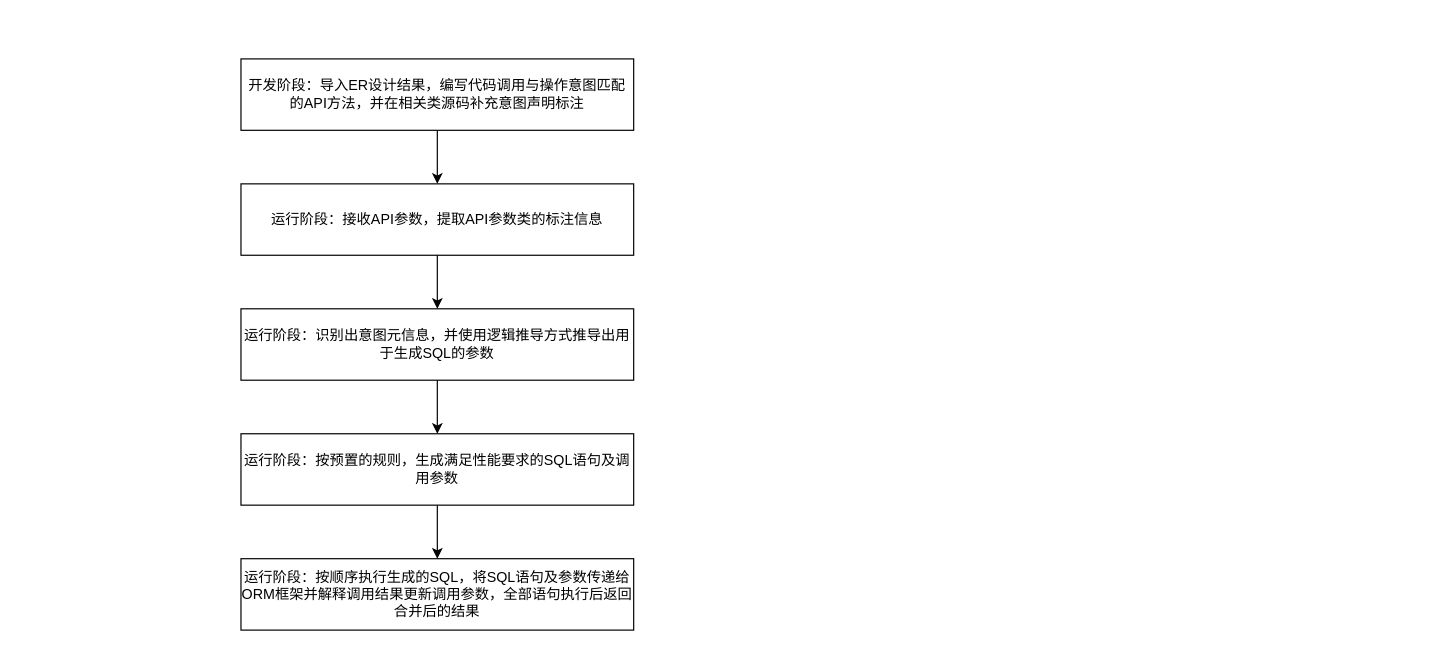
Earlier version of the draw.io diagram page "整体流程" (2 of 2) of SQL生成.drawio (tenyks/activiti-demo). Source tidied: cells renumbered, new cells numbered last; positions are measured from the earlier drawing's top-left corner, leaving out a move shared by most shapes. Both pictures are drawn from the tidied source at 119%, with x=0, y=0 at pixel (240, 58).
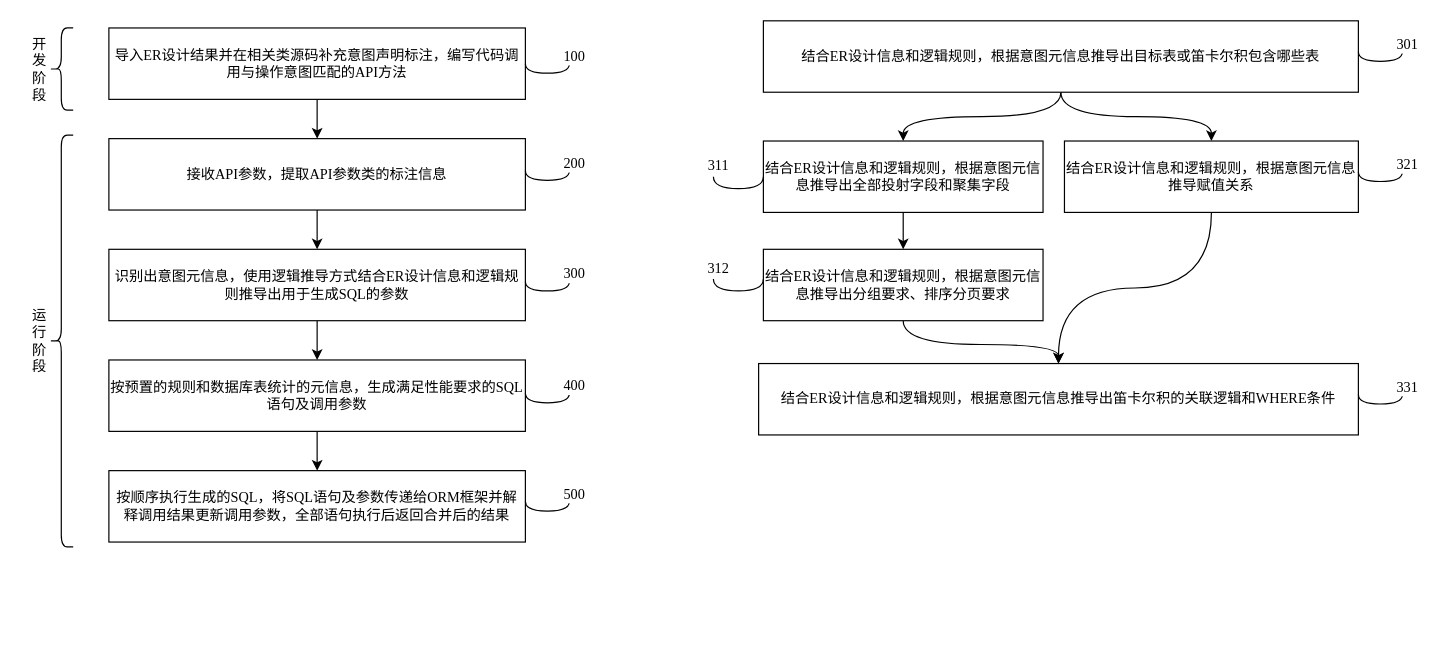
Above is the later version.

Diff of the diagram source:
```diff
@@
-    <mxCell id="2" style="edgeStyle=orthogonalEdgeStyle;rounded=0;jettySize=auto;html=1;exitX=0.5;exitY=1;exitDx=0;exitDy=0;entryX=0.5;entryY=0;entryDx=0;entryDy=0;" parent="1" edge="1" source="3" target="7">
+    <mxCell id="2" style="edgeStyle=orthogonalEdgeStyle;rounded=0;jettySize=auto;html=1;exitX=0.5;exitY=1;exitDx=0;exitDy=0;entryX=0.5;entryY=0;entryDx=0;entryDy=0;fontFamily=Times New Roman;fontSize=12;" parent="1" edge="1" source="3" target="7">
       <mxGeometry relative="1" as="geometry" />
     </mxCell>
-    <mxCell id="3" value="运行阶段：接收API参数，提取API参数类的标注信息" style="rounded=0;whiteSpace=wrap;html=1;" parent="1" vertex="1">
-      <mxGeometry y="105" width="330" height="60" as="geometry" />
+    <mxCell id="3" value="接收API参数，提取API参数类的标注信息" style="rounded=0;whiteSpace=wrap;html=1;fontFamily=Times New Roman;fontSize=12;" parent="1" vertex="1">
+      <mxGeometry x="-111" y="67" width="350" height="60" as="geometry" />
     </mxCell>
-    <mxCell id="4" style="edgeStyle=orthogonalEdgeStyle;rounded=0;jettySize=auto;html=1;" parent="1" edge="1" source="5" target="3">
+    <mxCell id="4" style="edgeStyle=orthogonalEdgeStyle;rounded=0;jettySize=auto;html=1;fontFamily=Times New Roman;fontSize=12;" parent="1" edge="1" source="5" target="3">
       <mxGeometry relative="1" as="geometry" />
     </mxCell>
-    <mxCell id="5" value="开发阶段：导入ER设计结果，编写代码调用与操作意图匹配的API方法，并在相关类源码补充意图声明标注" style="rounded=0;whiteSpace=wrap;html=1;" parent="1" vertex="1">
-      <mxGeometry width="330" height="60" as="geometry" />
+    <mxCell id="5" value="导入ER设计结果并在相关类源码补充意图声明标注，编写代码调用与操作意图匹配的API方法" style="rounded=0;whiteSpace=wrap;html=1;fontFamily=Times New Roman;fontSize=12;" parent="1" vertex="1">
+      <mxGeometry x="-111" y="-26" width="350" height="60" as="geometry" />
     </mxCell>
-    <mxCell id="6" style="edgeStyle=orthogonalEdgeStyle;rounded=0;jettySize=auto;html=1;" parent="1" edge="1" source="7" target="9">
+    <mxCell id="6" style="edgeStyle=orthogonalEdgeStyle;rounded=0;jettySize=auto;html=1;fontFamily=Times New Roman;fontSize=12;" parent="1" edge="1" source="7" target="9">
       <mxGeometry relative="1" as="geometry" />
     </mxCell>
-    <mxCell id="7" value="运行阶段：识别出意图元信息，并使用逻辑推导方式推导出用于生成SQL的参数" style="rounded=0;whiteSpace=wrap;html=1;" parent="1" vertex="1">
-      <mxGeometry y="210" width="330" height="60" as="geometry" />
+    <mxCell id="7" value="识别出意图元信息，使用逻辑推导方式结合ER设计信息和逻辑规则推导出用于生成SQL的参数" style="rounded=0;whiteSpace=wrap;html=1;fontFamily=Times New Roman;fontSize=12;" parent="1" vertex="1">
+      <mxGeometry x="-111" y="160" width="350" height="60" as="geometry" />
     </mxCell>
-    <mxCell id="8" style="edgeStyle=orthogonalEdgeStyle;rounded=0;jettySize=auto;html=1;" parent="1" edge="1" source="9" target="10">
+    <mxCell id="8" style="edgeStyle=orthogonalEdgeStyle;rounded=0;jettySize=auto;html=1;fontFamily=Times New Roman;fontSize=12;" parent="1" edge="1" source="9" target="10">
       <mxGeometry relative="1" as="geometry" />
     </mxCell>
-    <mxCell id="9" value="运行阶段：按预置的规则，生成满足性能要求的SQL语句及调用参数" style="rounded=0;whiteSpace=wrap;html=1;" parent="1" vertex="1">
-      <mxGeometry y="315" width="330" height="60" as="geometry" />
+    <mxCell id="9" value="按预置的规则和数据库表统计的元信息，生成满足性能要求的SQL语句及调用参数" style="rounded=0;whiteSpace=wrap;html=1;fontFamily=Times New Roman;fontSize=12;" parent="1" vertex="1">
+      <mxGeometry x="-111" y="253" width="350" height="60" as="geometry" />
     </mxCell>
-    <mxCell id="10" value="运行阶段：按顺序执行生成的SQL，将SQL语句及参数传递给ORM框架并解释调用结果更新调用参数，全部语句执行后返回合并后的结果" style="rounded=0;whiteSpace=wrap;html=1;" parent="1" vertex="1">
-      <mxGeometry y="420" width="330" height="60" as="geometry" />
+    <mxCell id="10" value="按顺序执行生成的SQL，将SQL语句及参数传递给ORM框架并解释调用结果更新调用参数，全部语句执行后返回合并后的结果" style="rounded=0;whiteSpace=wrap;html=1;fontFamily=Times New Roman;fontSize=12;" parent="1" vertex="1">
+      <mxGeometry x="-111" y="346" width="350" height="60" as="geometry" />
     </mxCell>
+    <mxCell id="11" value="&lt;span style=&quot;text-align: center; font-size: 12px;&quot;&gt;开发阶段&lt;/span&gt;" style="shape=curlyBracket;whiteSpace=wrap;html=1;rounded=1;labelPosition=left;verticalLabelPosition=middle;align=right;verticalAlign=middle;fontFamily=Times New Roman;fontSize=12;" parent="1" vertex="1">
+      <mxGeometry x="-161" y="-26" width="20" height="69" as="geometry" />
+    </mxCell>
+    <mxCell id="12" value="运行阶段" style="shape=curlyBracket;whiteSpace=wrap;html=1;rounded=1;labelPosition=left;verticalLabelPosition=middle;align=right;verticalAlign=middle;fontFamily=Times New Roman;fontSize=12;" parent="1" vertex="1">
+      <mxGeometry x="-161" y="64" width="20" height="346" as="geometry" />
+    </mxCell>
+    <mxCell id="13" style="endArrow=none;html=1;rounded=0;exitX=1;exitY=0.5;exitDx=0;exitDy=0;edgeStyle=orthogonalEdgeStyle;curved=1;fontFamily=Times New Roman;fontSize=12;" parent="1" edge="1" source="5">
+      <mxGeometry relative="1" as="geometry">
+        <mxPoint x="276" y="4" as="targetPoint" />
+        <Array as="points">
+          <mxPoint x="239" y="12" />
+          <mxPoint x="276" y="12" />
+        </Array>
+      </mxGeometry>
+    </mxCell>
+    <mxCell id="14" value="100" style="edgeLabel;html=1;align=center;verticalAlign=middle;fontFamily=Times New Roman;fontSize=12;" parent="13" vertex="1">
+      <mxGeometry x="0.26" relative="1" as="geometry">
+        <mxPoint x="15" y="-15" as="offset" />
+      </mxGeometry>
+    </mxCell>
+    <mxCell id="15" style="endArrow=none;html=1;rounded=0;exitX=1;exitY=0.5;exitDx=0;exitDy=0;edgeStyle=orthogonalEdgeStyle;curved=1;fontFamily=Times New Roman;fontSize=12;" parent="1" edge="1">
+      <mxGeometry relative="1" as="geometry">
+        <mxPoint x="239" y="94" as="sourcePoint" />
+        <mxPoint x="276" y="94" as="targetPoint" />
+        <Array as="points">
+          <mxPoint x="239" y="102" />
+          <mxPoint x="276" y="102" />
+        </Array>
+      </mxGeometry>
+    </mxCell>
+    <mxCell id="16" value="200" style="edgeLabel;html=1;align=center;verticalAlign=middle;fontFamily=Times New Roman;fontSize=12;" parent="15" vertex="1">
+      <mxGeometry x="0.26" relative="1" as="geometry">
+        <mxPoint x="15" y="-15" as="offset" />
+      </mxGeometry>
+    </mxCell>
+    <mxCell id="17" style="endArrow=none;html=1;rounded=0;exitX=1;exitY=0.5;exitDx=0;exitDy=0;edgeStyle=orthogonalEdgeStyle;curved=1;fontFamily=Times New Roman;fontSize=12;" parent="1" edge="1">
+      <mxGeometry relative="1" as="geometry">
+        <mxPoint x="239" y="187" as="sourcePoint" />
+        <mxPoint x="276" y="187" as="targetPoint" />
+        <Array as="points">
+          <mxPoint x="239" y="195" />
+          <mxPoint x="276" y="195" />
+        </Array>
+      </mxGeometry>
+    </mxCell>
+    <mxCell id="18" value="300" style="edgeLabel;html=1;align=center;verticalAlign=middle;fontFamily=Times New Roman;fontSize=12;" parent="17" vertex="1">
+      <mxGeometry x="0.26" relative="1" as="geometry">
+        <mxPoint x="15" y="-15" as="offset" />
+      </mxGeometry>
+    </mxCell>
+    <mxCell id="19" style="endArrow=none;html=1;rounded=0;exitX=1;exitY=0.5;exitDx=0;exitDy=0;edgeStyle=orthogonalEdgeStyle;curved=1;fontFamily=Times New Roman;fontSize=12;" parent="1" edge="1">
+      <mxGeometry relative="1" as="geometry">
+        <mxPoint x="239" y="281" as="sourcePoint" />
+        <mxPoint x="276" y="281" as="targetPoint" />
+        <Array as="points">
+          <mxPoint x="239" y="289" />
+          <mxPoint x="276" y="289" />
+        </Array>
+      </mxGeometry>
+    </mxCell>
+    <mxCell id="20" value="400" style="edgeLabel;html=1;align=center;verticalAlign=middle;fontFamily=Times New Roman;fontSize=12;" parent="19" vertex="1">
+      <mxGeometry x="0.26" relative="1" as="geometry">
+        <mxPoint x="15" y="-15" as="offset" />
+      </mxGeometry>
+    </mxCell>
+    <mxCell id="21" style="endArrow=none;html=1;rounded=0;exitX=1;exitY=0.5;exitDx=0;exitDy=0;edgeStyle=orthogonalEdgeStyle;curved=1;fontFamily=Times New Roman;fontSize=12;" parent="1" edge="1">
+      <mxGeometry relative="1" as="geometry">
+        <mxPoint x="239" y="372" as="sourcePoint" />
+        <mxPoint x="276" y="372" as="targetPoint" />
+        <Array as="points">
+          <mxPoint x="239" y="380" />
+          <mxPoint x="276" y="380" />
+        </Array>
+      </mxGeometry>
+    </mxCell>
+    <mxCell id="22" value="500" style="edgeLabel;html=1;align=center;verticalAlign=middle;fontFamily=Times New Roman;fontSize=12;" parent="21" vertex="1">
+      <mxGeometry x="0.26" relative="1" as="geometry">
+        <mxPoint x="15" y="-15" as="offset" />
+      </mxGeometry>
+    </mxCell>
+    <mxCell id="23" style="edgeStyle=orthogonalEdgeStyle;curved=1;rounded=0;jettySize=auto;html=1;fontFamily=Times New Roman;fontSize=12;" parent="1" edge="1" source="24" target="31">
+      <mxGeometry relative="1" as="geometry" />
+    </mxCell>
+    <mxCell id="24" value="结合ER设计信息和逻辑规则，根据意图元信息推导出全部投射字段和聚集字段" style="rounded=0;whiteSpace=wrap;html=1;fontFamily=Times New Roman;fontSize=12;" parent="1" vertex="1">
+      <mxGeometry x="439" y="69" width="235" height="60" as="geometry" />
+    </mxCell>
+    <mxCell id="25" style="edgeStyle=orthogonalEdgeStyle;curved=1;rounded=0;jettySize=auto;html=1;entryX=0.5;entryY=0;entryDx=0;entryDy=0;fontFamily=Times New Roman;fontSize=12;" parent="1" edge="1" source="27" target="24">
+      <mxGeometry relative="1" as="geometry" />
+    </mxCell>
+    <mxCell id="26" style="edgeStyle=orthogonalEdgeStyle;curved=1;rounded=0;jettySize=auto;html=1;entryX=0.5;entryY=0;entryDx=0;entryDy=0;fontFamily=Times New Roman;fontSize=12;" parent="1" edge="1" source="27" target="29">
+      <mxGeometry relative="1" as="geometry" />
+    </mxCell>
+    <mxCell id="27" value="结合ER设计信息和逻辑规则，根据意图元信息推导出目标表或笛卡尔积包含哪些表" style="rounded=0;whiteSpace=wrap;html=1;fontFamily=Times New Roman;fontSize=12;" parent="1" vertex="1">
+      <mxGeometry x="439" y="-32" width="500" height="60" as="geometry" />
+    </mxCell>
+    <mxCell id="28" style="edgeStyle=orthogonalEdgeStyle;curved=1;rounded=0;jettySize=auto;html=1;fontFamily=Times New Roman;fontSize=12;" parent="1" edge="1" source="29" target="32">
+      <mxGeometry relative="1" as="geometry" />
+    </mxCell>
+    <mxCell id="29" value="结合ER设计信息和逻辑规则，根据意图元信息推导赋值关系" style="rounded=0;whiteSpace=wrap;html=1;fontFamily=Times New Roman;fontSize=12;" parent="1" vertex="1">
+      <mxGeometry x="692" y="69" width="247" height="60" as="geometry" />
+    </mxCell>
+    <mxCell id="30" style="edgeStyle=orthogonalEdgeStyle;curved=1;rounded=0;jettySize=auto;html=1;entryX=0.5;entryY=0;entryDx=0;entryDy=0;fontFamily=Times New Roman;fontSize=12;" parent="1" edge="1" source="31" target="32">
+      <mxGeometry relative="1" as="geometry" />
+    </mxCell>
+    <mxCell id="31" value="结合ER设计信息和逻辑规则，根据意图元信息推导出分组要求、排序分页要求" style="rounded=0;whiteSpace=wrap;html=1;fontFamily=Times New Roman;fontSize=12;" parent="1" vertex="1">
+      <mxGeometry x="439" y="160" width="235" height="60" as="geometry" />
+    </mxCell>
+    <mxCell id="32" value="结合ER设计信息和逻辑规则，根据意图元信息推导出笛卡尔积的关联逻辑和WHERE条件" style="rounded=0;whiteSpace=wrap;html=1;fontFamily=Times New Roman;fontSize=12;" parent="1" vertex="1">
+      <mxGeometry x="435" y="256" width="504" height="60" as="geometry" />
+    </mxCell>
+    <mxCell id="33" style="endArrow=none;html=1;rounded=0;exitX=1;exitY=0.5;exitDx=0;exitDy=0;edgeStyle=orthogonalEdgeStyle;curved=1;fontFamily=Times New Roman;fontSize=12;" parent="1" edge="1">
+      <mxGeometry relative="1" as="geometry">
+        <mxPoint x="939" y="-6" as="sourcePoint" />
+        <mxPoint x="976" y="-6" as="targetPoint" />
+        <Array as="points">
+          <mxPoint x="939" y="2" />
+          <mxPoint x="976" y="2" />
+        </Array>
+      </mxGeometry>
+    </mxCell>
+    <mxCell id="34" value="301" style="edgeLabel;html=1;align=center;verticalAlign=middle;fontFamily=Times New Roman;fontSize=12;" parent="33" vertex="1">
+      <mxGeometry x="0.26" relative="1" as="geometry">
+        <mxPoint x="15" y="-15" as="offset" />
+      </mxGeometry>
+    </mxCell>
+    <mxCell id="35" style="endArrow=none;html=1;rounded=0;exitX=1;exitY=0.5;exitDx=0;exitDy=0;edgeStyle=orthogonalEdgeStyle;curved=1;fontFamily=Times New Roman;fontSize=12;" parent="1" edge="1">
+      <mxGeometry relative="1" as="geometry">
+        <mxPoint x="939" y="95" as="sourcePoint" />
+        <mxPoint x="976" y="95" as="targetPoint" />
+        <Array as="points">
+          <mxPoint x="939" y="103" />
+          <mxPoint x="976" y="103" />
+        </Array>
+      </mxGeometry>
+    </mxCell>
+    <mxCell id="36" value="321" style="edgeLabel;html=1;align=center;verticalAlign=middle;fontFamily=Times New Roman;fontSize=12;" parent="35" vertex="1">
+      <mxGeometry x="0.26" relative="1" as="geometry">
+        <mxPoint x="15" y="-15" as="offset" />
+      </mxGeometry>
+    </mxCell>
+    <mxCell id="37" style="endArrow=none;html=1;rounded=0;fontFamily=Times New Roman;fontSize=12;curved=1;entryX=0;entryY=0.5;entryDx=0;entryDy=0;edgeStyle=orthogonalEdgeStyle;" parent="1" edge="1" target="24">
+      <mxGeometry relative="1" as="geometry">
+        <mxPoint x="397" y="99" as="sourcePoint" />
+        <Array as="points">
+          <mxPoint x="397" y="109" />
+          <mxPoint x="439" y="109" />
+        </Array>
+      </mxGeometry>
+    </mxCell>
+    <mxCell id="38" value="311" style="edgeLabel;html=1;align=center;verticalAlign=middle;fontSize=12;fontFamily=Times New Roman;" parent="37" vertex="1">
+      <mxGeometry x="-0.43" y="6" relative="1" as="geometry">
+        <mxPoint x="-5" y="-14" as="offset" />
+      </mxGeometry>
+    </mxCell>
+    <mxCell id="39" style="endArrow=none;html=1;rounded=0;fontFamily=Times New Roman;fontSize=12;curved=1;entryX=0;entryY=0.5;entryDx=0;entryDy=0;edgeStyle=orthogonalEdgeStyle;" parent="1" edge="1">
+      <mxGeometry relative="1" as="geometry">
+        <mxPoint x="397" y="185" as="sourcePoint" />
+        <mxPoint x="439" y="185" as="targetPoint" />
+        <Array as="points">
+          <mxPoint x="397" y="195" />
+          <mxPoint x="439" y="195" />
+        </Array>
+      </mxGeometry>
+    </mxCell>
+    <mxCell id="40" value="312" style="edgeLabel;html=1;align=center;verticalAlign=middle;fontSize=12;fontFamily=Times New Roman;" parent="39" vertex="1">
+      <mxGeometry x="-0.43" y="6" relative="1" as="geometry">
+        <mxPoint x="-5" y="-14" as="offset" />
+      </mxGeometry>
+    </mxCell>
+    <mxCell id="41" style="endArrow=none;html=1;rounded=0;exitX=1;exitY=0.5;exitDx=0;exitDy=0;edgeStyle=orthogonalEdgeStyle;curved=1;fontFamily=Times New Roman;fontSize=12;" parent="1" edge="1">
+      <mxGeometry relative="1" as="geometry">
+        <mxPoint x="939" y="282" as="sourcePoint" />
+        <mxPoint x="976" y="282" as="targetPoint" />
+        <Array as="points">
+          <mxPoint x="939" y="290" />
+          <mxPoint x="976" y="290" />
+        </Array>
+      </mxGeometry>
+    </mxCell>
+    <mxCell id="42" value="331" style="edgeLabel;html=1;align=center;verticalAlign=middle;fontFamily=Times New Roman;fontSize=12;" parent="41" vertex="1">
+      <mxGeometry x="0.26" relative="1" as="geometry">
+        <mxPoint x="15" y="-15" as="offset" />
+      </mxGeometry>
+    </mxCell>
```
